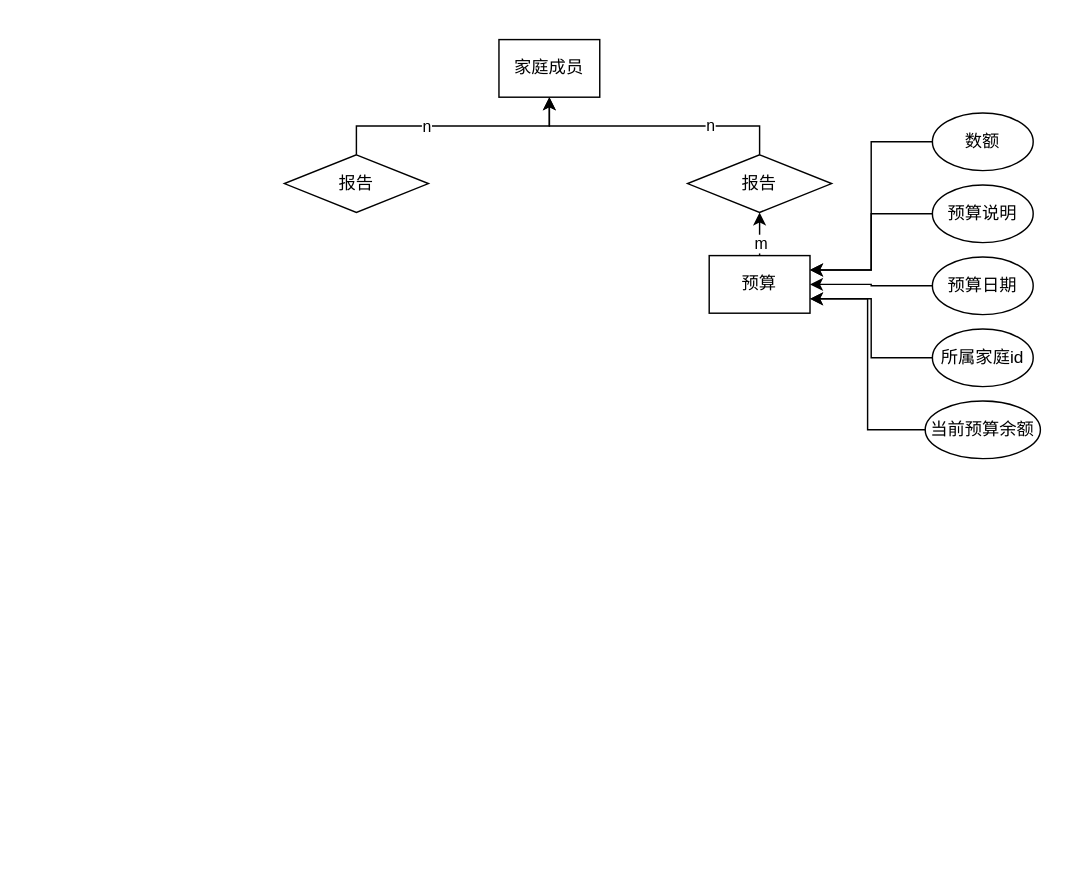
The draw.io diagram er图.drawio in Yue-bin/draw.io, before the edit. Source tidied: cells renumbered, new cells numbered last; positions are measured from the earlier drawing's top-left corner, leaving out a move shared by most shapes. Both pictures are drawn from the tidied source at 144%, with x=0, y=0 at pixel (284, 39).
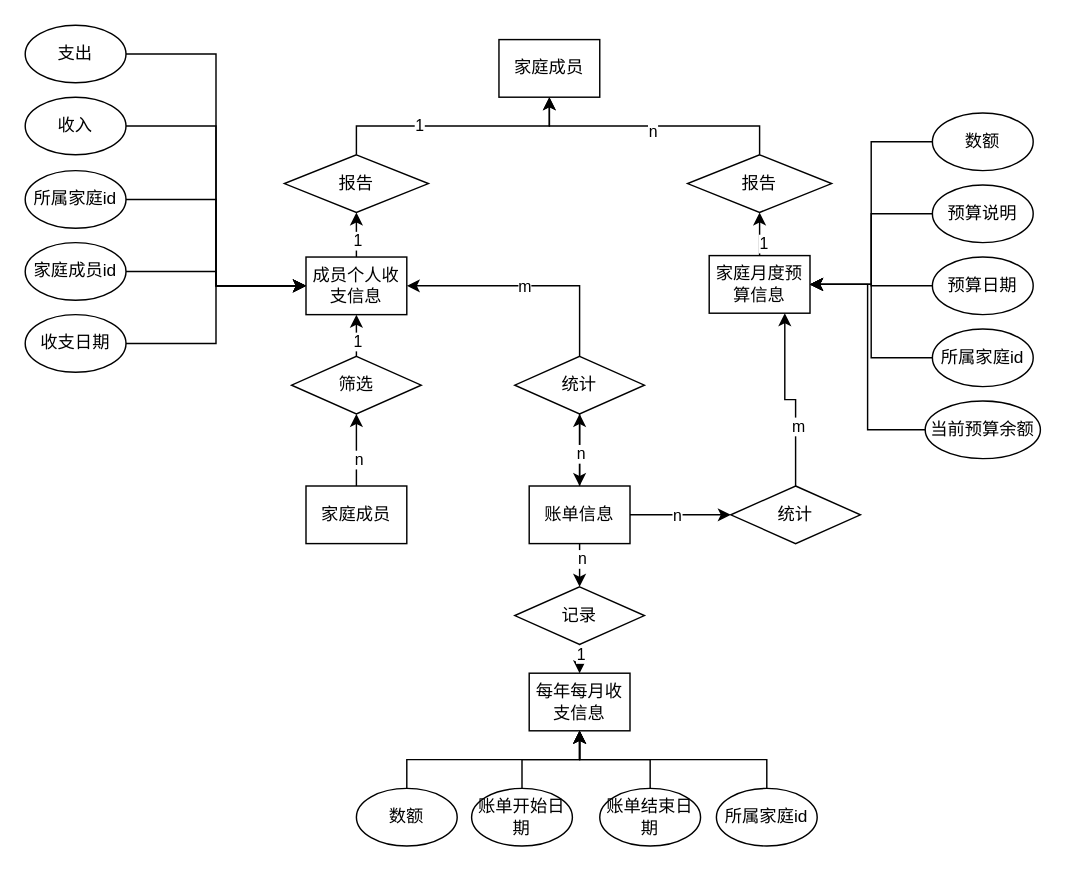
The same diagram, later.

Unchanged cells that the change refers to:
```xml
<mxCell id="3" style="edgeStyle=orthogonalEdgeStyle;rounded=0;jettySize=auto;html=1;exitX=0.5;exitY=0;exitDx=0;exitDy=0;" parent="1" edge="1" source="5" target="2">
  <mxGeometry relative="1" as="geometry" />
</mxCell>
<mxCell id="5" value="&lt;div&gt;报告&lt;/div&gt;" style="rhombus;whiteSpace=wrap;html=1;" parent="1" vertex="1">
  <mxGeometry y="80" width="100" height="40" as="geometry" />
</mxCell>
<mxCell id="6" style="edgeStyle=orthogonalEdgeStyle;rounded=0;jettySize=auto;html=1;exitX=0.5;exitY=0;exitDx=0;exitDy=0;entryX=0.5;entryY=1;entryDx=0;entryDy=0;" parent="1" edge="1" source="8" target="2">
  <mxGeometry relative="1" as="geometry" />
</mxCell>
<mxCell id="9" style="edgeStyle=orthogonalEdgeStyle;rounded=0;jettySize=auto;html=1;exitX=0.5;exitY=0;exitDx=0;exitDy=0;entryX=0.5;entryY=1;entryDx=0;entryDy=0;" parent="1" edge="1" source="11" target="8">
  <mxGeometry relative="1" as="geometry">
    <Array as="points">
      <mxPoint x="330" y="140" />
      <mxPoint x="330" y="140" />
    </Array>
  </mxGeometry>
</mxCell>
<mxCell id="13" value="数额" style="ellipse;whiteSpace=wrap;html=1;" parent="1" vertex="1">
  <mxGeometry x="450" y="51" width="70" height="40" as="geometry" />
</mxCell>
<mxCell id="15" value="预算说明" style="ellipse;whiteSpace=wrap;html=1;" parent="1" vertex="1">
  <mxGeometry x="450" y="101" width="70" height="40" as="geometry" />
</mxCell>
<mxCell id="17" value="预算日期" style="ellipse;whiteSpace=wrap;html=1;" parent="1" vertex="1">
  <mxGeometry x="450" y="151" width="70" height="40" as="geometry" />
</mxCell>
<mxCell id="19" value="所属家庭id" style="ellipse;whiteSpace=wrap;html=1;" parent="1" vertex="1">
  <mxGeometry x="450" y="201" width="70" height="40" as="geometry" />
</mxCell>
<mxCell id="21" value="当前预算余额" style="ellipse;whiteSpace=wrap;html=1;" parent="1" vertex="1">
  <mxGeometry x="445" y="251" width="80" height="40" as="geometry" />
</mxCell>
```

What changed in the source:
```diff
@@
-    <mxCell id="4" value="n" style="edgeLabel;html=1;align=center;verticalAlign=middle;" parent="3" vertex="1">
-      <mxGeometry x="-0.22" relative="1" as="geometry" />
-    </mxCell>
+    <mxCell id="22" value="1" style="edgeLabel;html=1;align=center;verticalAlign=middle;" parent="3" vertex="1">
+      <mxGeometry x="-0.28" y="2" relative="1" as="geometry">
+        <mxPoint y="1" as="offset" />
+      </mxGeometry>
+    </mxCell>
@@
-    <mxCell id="7" value="n" style="edgeLabel;html=1;align=center;verticalAlign=middle;" parent="6" vertex="1">
-      <mxGeometry x="-0.41" y="-1" relative="1" as="geometry" />
-    </mxCell>
+    <mxCell id="23" value="n" style="edgeLabel;html=1;align=center;verticalAlign=middle;" parent="6" vertex="1">
+      <mxGeometry x="0.02" y="3" relative="1" as="geometry" />
+    </mxCell>
@@
-    <mxCell id="10" value="m" style="edgeLabel;html=1;align=center;verticalAlign=middle;" parent="9" vertex="1">
-      <mxGeometry x="-0.4" y="1" relative="1" as="geometry">
-        <mxPoint x="1" as="offset" />
-      </mxGeometry>
-    </mxCell>
+    <mxCell id="24" value="1" style="edgeLabel;html=1;align=center;verticalAlign=middle;" parent="9" vertex="1">
+      <mxGeometry x="-0.37" y="-1" relative="1" as="geometry">
+        <mxPoint x="1" as="offset" />
+      </mxGeometry>
+    </mxCell>
-    <mxCell id="11" value="预算" style="rounded=0;whiteSpace=wrap;html=1;" parent="1" vertex="1">
+    <mxCell id="11" value="家庭月度预算信息" style="rounded=0;whiteSpace=wrap;html=1;" parent="1" vertex="1">
       <mxGeometry x="295" y="150" width="70" height="40" as="geometry" />
     </mxCell>
-    <mxCell id="12" style="edgeStyle=orthogonalEdgeStyle;rounded=0;jettySize=auto;html=1;exitX=0;exitY=0.5;exitDx=0;exitDy=0;entryX=1;entryY=0.25;entryDx=0;entryDy=0;" parent="1" edge="1" source="13" target="11">
+    <mxCell id="12" style="edgeStyle=orthogonalEdgeStyle;rounded=0;jettySize=auto;html=1;exitX=0;exitY=0.5;exitDx=0;exitDy=0;entryX=1;entryY=0.5;entryDx=0;entryDy=0;" parent="1" edge="1" source="13" target="11">
       <mxGeometry relative="1" as="geometry" />
     </mxCell>
@@
-    <mxCell id="14" style="edgeStyle=orthogonalEdgeStyle;rounded=0;jettySize=auto;html=1;exitX=0;exitY=0.5;exitDx=0;exitDy=0;entryX=1;entryY=0.25;entryDx=0;entryDy=0;" parent="1" edge="1" source="15" target="11">
+    <mxCell id="14" style="edgeStyle=orthogonalEdgeStyle;rounded=0;jettySize=auto;html=1;exitX=0;exitY=0.5;exitDx=0;exitDy=0;entryX=1;entryY=0.5;entryDx=0;entryDy=0;" parent="1" edge="1" source="15" target="11">
       <mxGeometry relative="1" as="geometry" />
     </mxCell>
@@
-    <mxCell id="16" style="edgeStyle=orthogonalEdgeStyle;rounded=0;jettySize=auto;html=1;" parent="1" edge="1" source="17" target="11">
+    <mxCell id="16" style="edgeStyle=orthogonalEdgeStyle;rounded=0;jettySize=auto;html=1;exitX=0;exitY=0.5;exitDx=0;exitDy=0;entryX=1;entryY=0.5;entryDx=0;entryDy=0;" parent="1" edge="1" source="17" target="11">
       <mxGeometry relative="1" as="geometry" />
     </mxCell>
@@
-    <mxCell id="18" style="edgeStyle=orthogonalEdgeStyle;rounded=0;jettySize=auto;html=1;exitX=0;exitY=0.5;exitDx=0;exitDy=0;entryX=1;entryY=0.75;entryDx=0;entryDy=0;" parent="1" edge="1" source="19" target="11">
+    <mxCell id="18" style="edgeStyle=orthogonalEdgeStyle;rounded=0;jettySize=auto;html=1;exitX=0;exitY=0.5;exitDx=0;exitDy=0;entryX=1;entryY=0.5;entryDx=0;entryDy=0;" parent="1" edge="1" source="19" target="11">
       <mxGeometry relative="1" as="geometry" />
     </mxCell>
@@
-    <mxCell id="20" style="edgeStyle=orthogonalEdgeStyle;rounded=0;jettySize=auto;html=1;exitX=0;exitY=0.5;exitDx=0;exitDy=0;entryX=1;entryY=0.75;entryDx=0;entryDy=0;" parent="1" edge="1" source="21" target="11">
+    <mxCell id="20" style="edgeStyle=orthogonalEdgeStyle;rounded=0;jettySize=auto;html=1;exitX=0;exitY=0.5;exitDx=0;exitDy=0;entryX=1;entryY=0.5;entryDx=0;entryDy=0;" parent="1" edge="1" source="21" target="11">
       <mxGeometry relative="1" as="geometry" />
     </mxCell>
@@
+    <mxCell id="25" style="edgeStyle=orthogonalEdgeStyle;rounded=0;jettySize=auto;html=1;exitX=1;exitY=0.5;exitDx=0;exitDy=0;entryX=0;entryY=0.5;entryDx=0;entryDy=0;" parent="1" edge="1" source="30" target="33">
+      <mxGeometry relative="1" as="geometry" />
+    </mxCell>
+    <mxCell id="26" value="n" style="edgeLabel;html=1;align=center;verticalAlign=middle;" parent="25" vertex="1">
+      <mxGeometry x="-0.1" y="1" relative="1" as="geometry">
+        <mxPoint y="1" as="offset" />
+      </mxGeometry>
+    </mxCell>
+    <mxCell id="27" style="edgeStyle=orthogonalEdgeStyle;rounded=0;jettySize=auto;html=1;exitX=0.5;exitY=0;exitDx=0;exitDy=0;entryX=0.5;entryY=1;entryDx=0;entryDy=0;" parent="1" edge="1" source="30" target="54">
+      <mxGeometry relative="1" as="geometry" />
+    </mxCell>
+    <mxCell id="28" style="edgeStyle=orthogonalEdgeStyle;rounded=0;jettySize=auto;html=1;exitX=0.5;exitY=1;exitDx=0;exitDy=0;entryX=0.5;entryY=0;entryDx=0;entryDy=0;" parent="1" edge="1" source="30" target="63">
+      <mxGeometry relative="1" as="geometry" />
+    </mxCell>
+    <mxCell id="29" value="n" style="edgeLabel;html=1;align=center;verticalAlign=middle;" parent="28" vertex="1">
+      <mxGeometry x="-0.37" y="1" relative="1" as="geometry">
+        <mxPoint y="1" as="offset" />
+      </mxGeometry>
+    </mxCell>
+    <mxCell id="30" value="账单信息" style="rounded=0;whiteSpace=wrap;html=1;" parent="1" vertex="1">
+      <mxGeometry x="170" y="310" width="70" height="40" as="geometry" />
+    </mxCell>
+    <mxCell id="31" style="edgeStyle=orthogonalEdgeStyle;rounded=0;jettySize=auto;html=1;exitX=0.5;exitY=0;exitDx=0;exitDy=0;entryX=0.75;entryY=1;entryDx=0;entryDy=0;" parent="1" edge="1" source="33" target="11">
+      <mxGeometry relative="1" as="geometry" />
+    </mxCell>
+    <mxCell id="32" value="m" style="edgeLabel;html=1;align=center;verticalAlign=middle;" parent="31" vertex="1">
+      <mxGeometry x="-0.33" relative="1" as="geometry">
+        <mxPoint x="1" y="1" as="offset" />
+      </mxGeometry>
+    </mxCell>
+    <mxCell id="33" value="统计" style="rhombus;whiteSpace=wrap;html=1;" parent="1" vertex="1">
+      <mxGeometry x="310" y="310" width="90" height="40" as="geometry" />
+    </mxCell>
+    <mxCell id="34" style="edgeStyle=orthogonalEdgeStyle;rounded=0;jettySize=auto;html=1;exitX=0.5;exitY=0;exitDx=0;exitDy=0;entryX=0.5;entryY=1;entryDx=0;entryDy=0;" parent="1" edge="1" source="36" target="57">
+      <mxGeometry relative="1" as="geometry" />
+    </mxCell>
+    <mxCell id="35" value="n" style="edgeLabel;html=1;align=center;verticalAlign=middle;" parent="34" vertex="1">
+      <mxGeometry x="-0.22" relative="1" as="geometry">
+        <mxPoint x="1" y="1" as="offset" />
+      </mxGeometry>
+    </mxCell>
+    <mxCell id="36" value="家庭成员" style="rounded=0;whiteSpace=wrap;html=1;" parent="1" vertex="1">
+      <mxGeometry x="15" y="310" width="70" height="40" as="geometry" />
+    </mxCell>
+    <mxCell id="37" style="edgeStyle=orthogonalEdgeStyle;rounded=0;jettySize=auto;html=1;exitX=0.5;exitY=0;exitDx=0;exitDy=0;entryX=0.5;entryY=1;entryDx=0;entryDy=0;" parent="1" edge="1" source="39" target="5">
+      <mxGeometry relative="1" as="geometry" />
+    </mxCell>
+    <mxCell id="38" value="1" style="edgeLabel;html=1;align=center;verticalAlign=middle;" parent="37" vertex="1">
+      <mxGeometry x="-0.19" y="1" relative="1" as="geometry">
+        <mxPoint x="1" y="1" as="offset" />
+      </mxGeometry>
+    </mxCell>
+    <mxCell id="39" value="成员个人收支信息" style="rounded=0;whiteSpace=wrap;html=1;" parent="1" vertex="1">
+      <mxGeometry x="15" y="151" width="70" height="40" as="geometry" />
+    </mxCell>
+    <mxCell id="40" style="edgeStyle=orthogonalEdgeStyle;rounded=0;jettySize=auto;html=1;exitX=1;exitY=0.5;exitDx=0;exitDy=0;entryX=0;entryY=0.5;entryDx=0;entryDy=0;" parent="1" edge="1" source="41" target="39">
+      <mxGeometry relative="1" as="geometry" />
+    </mxCell>
+    <mxCell id="41" value="收入" style="ellipse;whiteSpace=wrap;html=1;" parent="1" vertex="1">
+      <mxGeometry x="-180" y="40" width="70" height="40" as="geometry" />
+    </mxCell>
+    <mxCell id="42" style="edgeStyle=orthogonalEdgeStyle;rounded=0;jettySize=auto;html=1;exitX=1;exitY=0.5;exitDx=0;exitDy=0;entryX=0;entryY=0.5;entryDx=0;entryDy=0;" parent="1" edge="1" source="43" target="39">
+      <mxGeometry relative="1" as="geometry" />
+    </mxCell>
+    <mxCell id="43" value="支出" style="ellipse;whiteSpace=wrap;html=1;" parent="1" vertex="1">
+      <mxGeometry x="-180" y="-10" width="70" height="40" as="geometry" />
+    </mxCell>
+    <mxCell id="44" style="edgeStyle=orthogonalEdgeStyle;rounded=0;jettySize=auto;html=1;exitX=1;exitY=0.5;exitDx=0;exitDy=0;entryX=0;entryY=0.5;entryDx=0;entryDy=0;" parent="1" edge="1" source="45" target="39">
+      <mxGeometry relative="1" as="geometry" />
+    </mxCell>
+    <mxCell id="45" value="所属家庭id" style="ellipse;whiteSpace=wrap;html=1;" parent="1" vertex="1">
+      <mxGeometry x="-180" y="91" width="70" height="40" as="geometry" />
+    </mxCell>
+    <mxCell id="46" style="edgeStyle=orthogonalEdgeStyle;rounded=0;jettySize=auto;html=1;exitX=1;exitY=0.5;exitDx=0;exitDy=0;entryX=0;entryY=0.5;entryDx=0;entryDy=0;" parent="1" edge="1" source="47" target="39">
+      <mxGeometry relative="1" as="geometry" />
+    </mxCell>
+    <mxCell id="47" value="家庭成员id" style="ellipse;whiteSpace=wrap;html=1;" parent="1" vertex="1">
+      <mxGeometry x="-180" y="141" width="70" height="40" as="geometry" />
+    </mxCell>
+    <mxCell id="48" style="edgeStyle=orthogonalEdgeStyle;rounded=0;jettySize=auto;html=1;exitX=1;exitY=0.5;exitDx=0;exitDy=0;entryX=0;entryY=0.5;entryDx=0;entryDy=0;" parent="1" edge="1" source="49" target="39">
+      <mxGeometry relative="1" as="geometry" />
+    </mxCell>
+    <mxCell id="49" value="收支日期" style="ellipse;whiteSpace=wrap;html=1;" parent="1" vertex="1">
+      <mxGeometry x="-180" y="191" width="70" height="40" as="geometry" />
+    </mxCell>
+    <mxCell id="50" style="edgeStyle=orthogonalEdgeStyle;rounded=0;jettySize=auto;html=1;exitX=0.5;exitY=0;exitDx=0;exitDy=0;entryX=1;entryY=0.5;entryDx=0;entryDy=0;" parent="1" edge="1" source="54" target="39">
+      <mxGeometry relative="1" as="geometry" />
+    </mxCell>
+    <mxCell id="51" value="m" style="edgeLabel;html=1;align=center;verticalAlign=middle;" parent="50" vertex="1">
+      <mxGeometry x="0.04" relative="1" as="geometry" />
+    </mxCell>
+    <mxCell id="52" style="edgeStyle=orthogonalEdgeStyle;rounded=0;jettySize=auto;html=1;" parent="1" edge="1" source="54" target="30">
+      <mxGeometry relative="1" as="geometry" />
+    </mxCell>
+    <mxCell id="53" value="n" style="edgeLabel;html=1;align=center;verticalAlign=middle;" parent="52" vertex="1">
+      <mxGeometry x="0.06" relative="1" as="geometry" />
+    </mxCell>
+    <mxCell id="54" value="统计" style="rhombus;whiteSpace=wrap;html=1;" parent="1" vertex="1">
+      <mxGeometry x="160" y="220" width="90" height="40" as="geometry" />
+    </mxCell>
+    <mxCell id="55" style="edgeStyle=orthogonalEdgeStyle;rounded=0;jettySize=auto;html=1;exitX=0.5;exitY=0;exitDx=0;exitDy=0;entryX=0.5;entryY=1;entryDx=0;entryDy=0;" parent="1" edge="1" source="57" target="39">
+      <mxGeometry relative="1" as="geometry">
+        <Array as="points">
+          <mxPoint x="50" y="210" />
+          <mxPoint x="50" y="210" />
+        </Array>
+      </mxGeometry>
+    </mxCell>
+    <mxCell id="56" value="1" style="edgeLabel;html=1;align=center;verticalAlign=middle;" parent="55" vertex="1">
+      <mxGeometry x="-0.14" y="1" relative="1" as="geometry">
+        <mxPoint x="1" y="1" as="offset" />
+      </mxGeometry>
+    </mxCell>
+    <mxCell id="57" value="筛选" style="rhombus;whiteSpace=wrap;html=1;" parent="1" vertex="1">
+      <mxGeometry x="5" y="220" width="90" height="40" as="geometry" />
+    </mxCell>
+    <mxCell id="58" value="每年每月收支信息" style="rounded=0;whiteSpace=wrap;html=1;" parent="1" vertex="1">
+      <mxGeometry x="170" y="440" width="70" height="40" as="geometry" />
+    </mxCell>
+    <mxCell id="59" style="edgeStyle=orthogonalEdgeStyle;rounded=0;jettySize=auto;html=1;exitX=0.5;exitY=0;exitDx=0;exitDy=0;entryX=0.5;entryY=1;entryDx=0;entryDy=0;" parent="1" edge="1" source="60" target="58">
+      <mxGeometry relative="1" as="geometry" />
+    </mxCell>
+    <mxCell id="60" value="数额" style="ellipse;whiteSpace=wrap;html=1;" parent="1" vertex="1">
+      <mxGeometry x="50" y="520" width="70" height="40" as="geometry" />
+    </mxCell>
+    <mxCell id="61" style="edgeStyle=orthogonalEdgeStyle;rounded=0;jettySize=auto;html=1;exitX=0.5;exitY=1;exitDx=0;exitDy=0;entryX=0.5;entryY=0;entryDx=0;entryDy=0;" parent="1" edge="1" source="63" target="58">
+      <mxGeometry relative="1" as="geometry">
+        <Array as="points">
+          <mxPoint x="205" y="430" />
+          <mxPoint x="205" y="430" />
+        </Array>
+      </mxGeometry>
+    </mxCell>
+    <mxCell id="62" value="1" style="edgeLabel;html=1;align=center;verticalAlign=middle;" parent="61" vertex="1">
+      <mxGeometry x="-0.45" relative="1" as="geometry" />
+    </mxCell>
+    <mxCell id="63" value="记录" style="rhombus;whiteSpace=wrap;html=1;" parent="1" vertex="1">
+      <mxGeometry x="160" y="380" width="90" height="40" as="geometry" />
+    </mxCell>
+    <mxCell id="64" style="edgeStyle=orthogonalEdgeStyle;rounded=0;jettySize=auto;html=1;exitX=0.5;exitY=0;exitDx=0;exitDy=0;entryX=0.5;entryY=1;entryDx=0;entryDy=0;" parent="1" edge="1" source="65" target="58">
+      <mxGeometry relative="1" as="geometry" />
+    </mxCell>
+    <mxCell id="65" value="账单开始日期" style="ellipse;whiteSpace=wrap;html=1;" parent="1" vertex="1">
+      <mxGeometry x="130" y="520" width="70" height="40" as="geometry" />
+    </mxCell>
+    <mxCell id="66" style="edgeStyle=orthogonalEdgeStyle;rounded=0;jettySize=auto;html=1;exitX=0.5;exitY=0;exitDx=0;exitDy=0;entryX=0.5;entryY=1;entryDx=0;entryDy=0;" parent="1" edge="1" source="67" target="58">
+      <mxGeometry relative="1" as="geometry" />
+    </mxCell>
+    <mxCell id="67" value="账单结束日期" style="ellipse;whiteSpace=wrap;html=1;" parent="1" vertex="1">
+      <mxGeometry x="219" y="520" width="70" height="40" as="geometry" />
+    </mxCell>
+    <mxCell id="68" style="edgeStyle=orthogonalEdgeStyle;rounded=0;jettySize=auto;html=1;exitX=0.5;exitY=0;exitDx=0;exitDy=0;entryX=0.5;entryY=1;entryDx=0;entryDy=0;" parent="1" edge="1" source="69" target="58">
+      <mxGeometry relative="1" as="geometry" />
+    </mxCell>
+    <mxCell id="69" value="所属家庭id" style="ellipse;whiteSpace=wrap;html=1;" parent="1" vertex="1">
+      <mxGeometry x="300" y="520" width="70" height="40" as="geometry" />
+    </mxCell>
```
